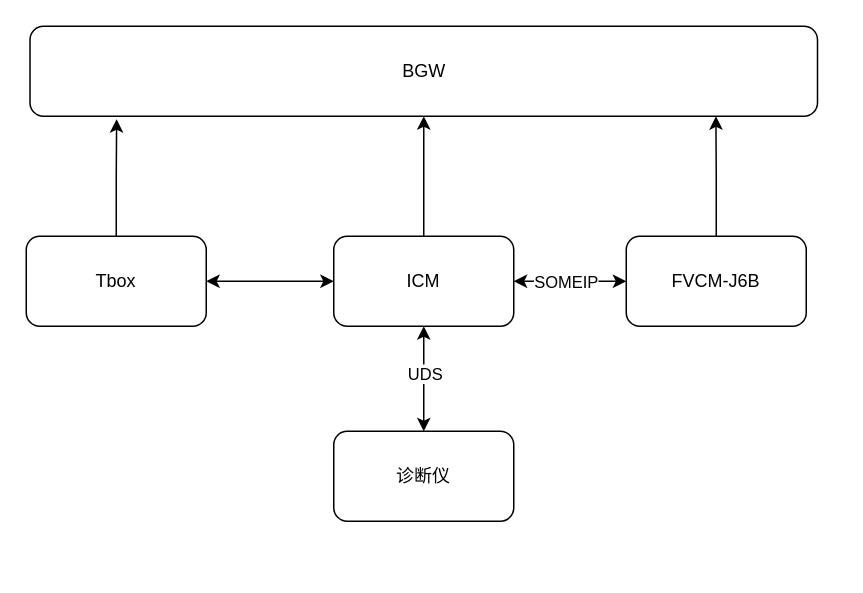
Before: page "Page-3" (3 of 3) of HJtodolist.drawio in YuzhouYe/peb, a draw.io diagram. Source tidied: cells renumbered, new cells numbered last; positions are measured from the earlier drawing's top-left corner, leaving out a move shared by most shapes. Both pictures are drawn from the tidied source at 150%, with x=0, y=0 at pixel (26, 26).
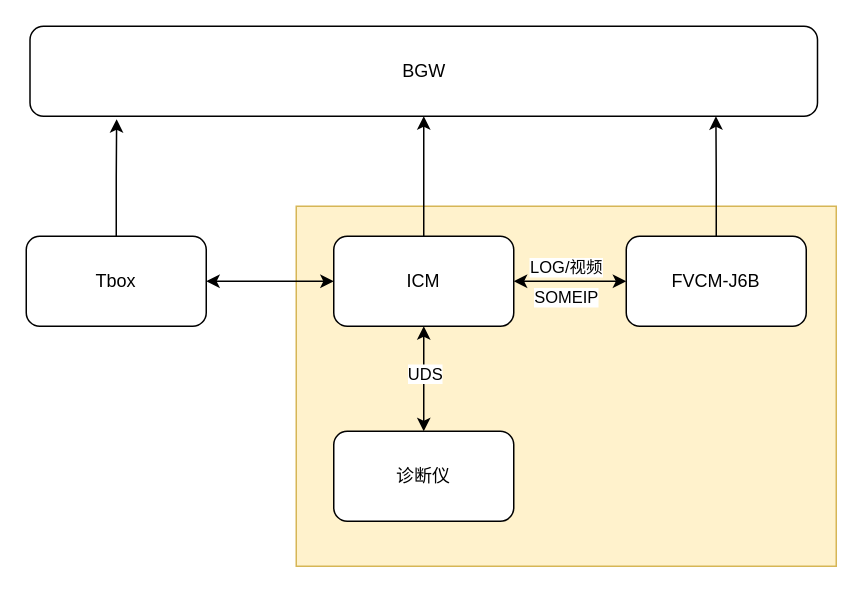
Above is the later version.

What changed in the source:
```diff
@@
 <mxGraphModel>
   <root>
     <mxCell id="0" />
     <mxCell id="1" parent="0" />
+    <mxCell id="15" style="rounded=0;whiteSpace=wrap;html=1;fillColor=#fff2cc;strokeColor=#d6b656;" parent="1" vertex="1">
+      <mxGeometry x="180" y="120" width="360" height="240" as="geometry" />
+    </mxCell>
     <mxCell id="2" value="FVCM-J6B" style="rounded=1;whiteSpace=wrap;html=1;" parent="1" vertex="1">
       <mxGeometry x="400" y="140" width="120" height="60" as="geometry" />
     </mxCell>
     <mxCell id="3" style="edgeStyle=orthogonalEdgeStyle;rounded=0;jettySize=auto;html=1;exitX=0.5;exitY=0;exitDx=0;exitDy=0;entryX=0.5;entryY=1;entryDx=0;entryDy=0;" parent="1" edge="1" source="4" target="12">
       <mxGeometry relative="1" as="geometry" />
     </mxCell>
     <mxCell id="4" value="ICM" style="rounded=1;whiteSpace=wrap;html=1;" parent="1" vertex="1">
       <mxGeometry x="205" y="140" width="120" height="60" as="geometry" />
     </mxCell>
     <mxCell id="5" style="endArrow=classic;startArrow=classic;html=1;rounded=0;entryX=0;entryY=0.5;entryDx=0;entryDy=0;exitX=1;exitY=0.5;exitDx=0;exitDy=0;" parent="1" edge="1" source="4" target="2">
       <mxGeometry relative="1" as="geometry" />
     </mxCell>
     <mxCell id="6" value="SOMEIP" style="edgeLabel;html=1;align=center;verticalAlign=middle;" parent="5" vertex="1">
       <mxGeometry x="-0.1" y="-3" relative="1" as="geometry">
-        <mxPoint y="-3" as="offset" />
+        <mxPoint y="7" as="offset" />
       </mxGeometry>
     </mxCell>
+    <mxCell id="16" value="LOG/视频" style="edgeLabel;html=1;align=center;verticalAlign=middle;" parent="5" vertex="1">
+      <mxGeometry x="-0.09" y="4" relative="1" as="geometry">
+        <mxPoint y="-6" as="offset" />
+      </mxGeometry>
+    </mxCell>
     <mxCell id="7" value="Tbox" style="rounded=1;whiteSpace=wrap;html=1;" parent="1" vertex="1">
       <mxGeometry y="140" width="120" height="60" as="geometry" />
     </mxCell>
     <mxCell id="8" style="endArrow=classic;startArrow=classic;html=1;rounded=0;exitX=1;exitY=0.5;exitDx=0;exitDy=0;entryX=0;entryY=0.5;entryDx=0;entryDy=0;" parent="1" edge="1" source="7" target="4">
       <mxGeometry relative="1" as="geometry" />
     </mxCell>
     <mxCell id="9" value="诊断仪" style="rounded=1;whiteSpace=wrap;html=1;" parent="1" vertex="1">
       <mxGeometry x="205" y="270" width="120" height="60" as="geometry" />
     </mxCell>
     <mxCell id="10" style="endArrow=classic;startArrow=classic;html=1;rounded=0;entryX=0.5;entryY=1;entryDx=0;entryDy=0;exitX=0.5;exitY=0;exitDx=0;exitDy=0;" parent="1" edge="1" source="9" target="4">
       <mxGeometry relative="1" as="geometry" />
     </mxCell>
     <mxCell id="11" value="UDS" style="edgeLabel;html=1;align=center;verticalAlign=middle;" parent="10" vertex="1">
       <mxGeometry x="0.11" relative="1" as="geometry" />
     </mxCell>
     <mxCell id="12" value="BGW" style="rounded=1;whiteSpace=wrap;html=1;" parent="1" vertex="1">
       <mxGeometry x="2.5" width="525" height="60" as="geometry" />
     </mxCell>
     <mxCell id="13" style="edgeStyle=orthogonalEdgeStyle;rounded=0;jettySize=auto;html=1;exitX=0.5;exitY=0;exitDx=0;exitDy=0;entryX=0.11;entryY=1.033;entryDx=0;entryDy=0;entryPerimeter=0;" parent="1" edge="1" source="7" target="12">
       <mxGeometry relative="1" as="geometry" />
     </mxCell>
     <mxCell id="14" style="edgeStyle=orthogonalEdgeStyle;rounded=0;jettySize=auto;html=1;exitX=0.5;exitY=0;exitDx=0;exitDy=0;entryX=0.871;entryY=1;entryDx=0;entryDy=0;entryPerimeter=0;" parent="1" edge="1" source="2" target="12">
       <mxGeometry relative="1" as="geometry" />
     </mxCell>
   </root>
 </mxGraphModel>
```
